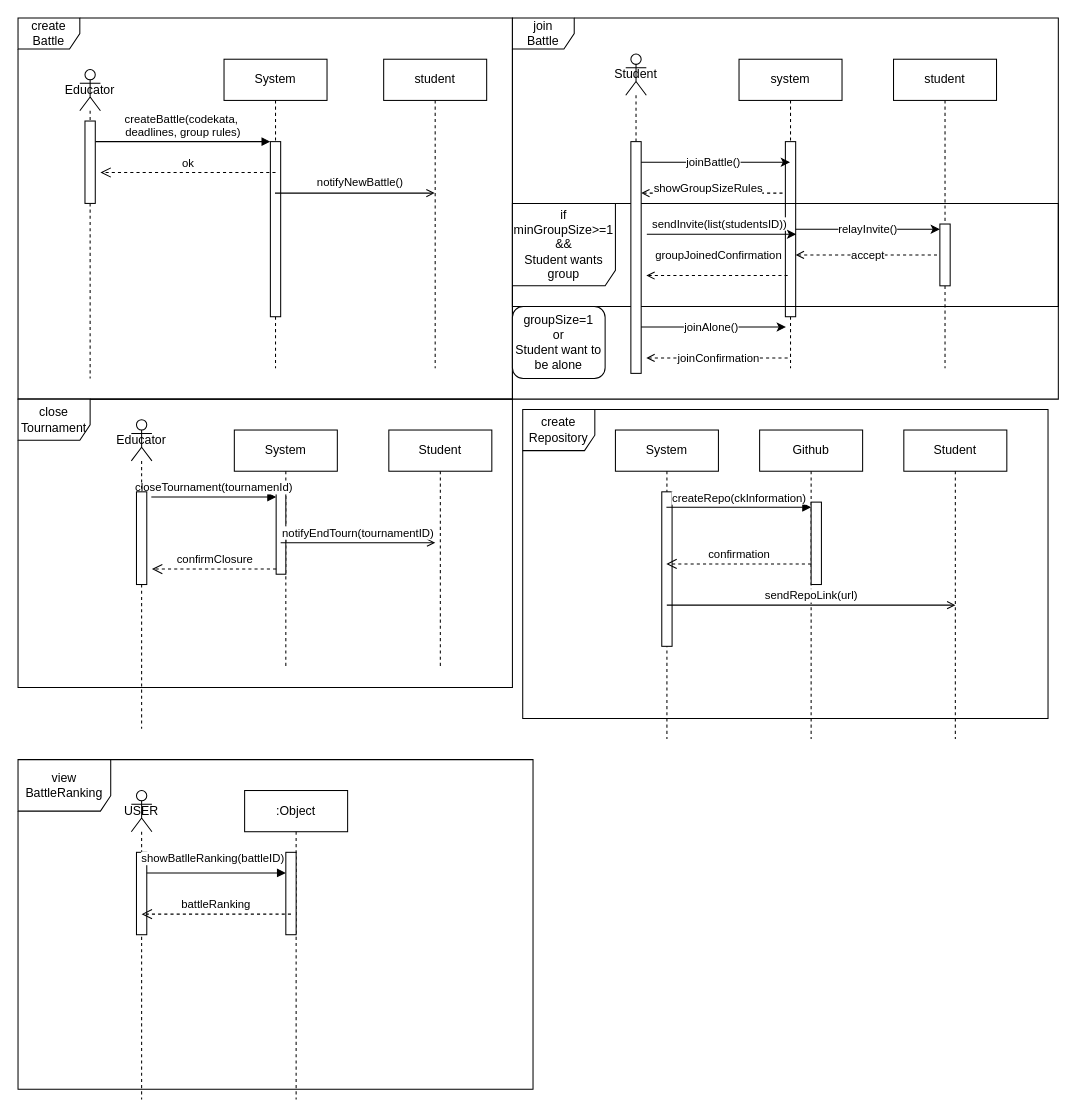
Earlier version of the draw.io diagram SequenceDiagrams/SequenceNico.drawio (FedericoValentino/SE2-ValentinoZarbo). Source tidied: cells renumbered, new cells numbered last; positions are measured from the earlier drawing's top-left corner, leaving out a move shared by most shapes. Both pictures are drawn from the tidied source at 103%, with x=0, y=0 at pixel (18, 18).
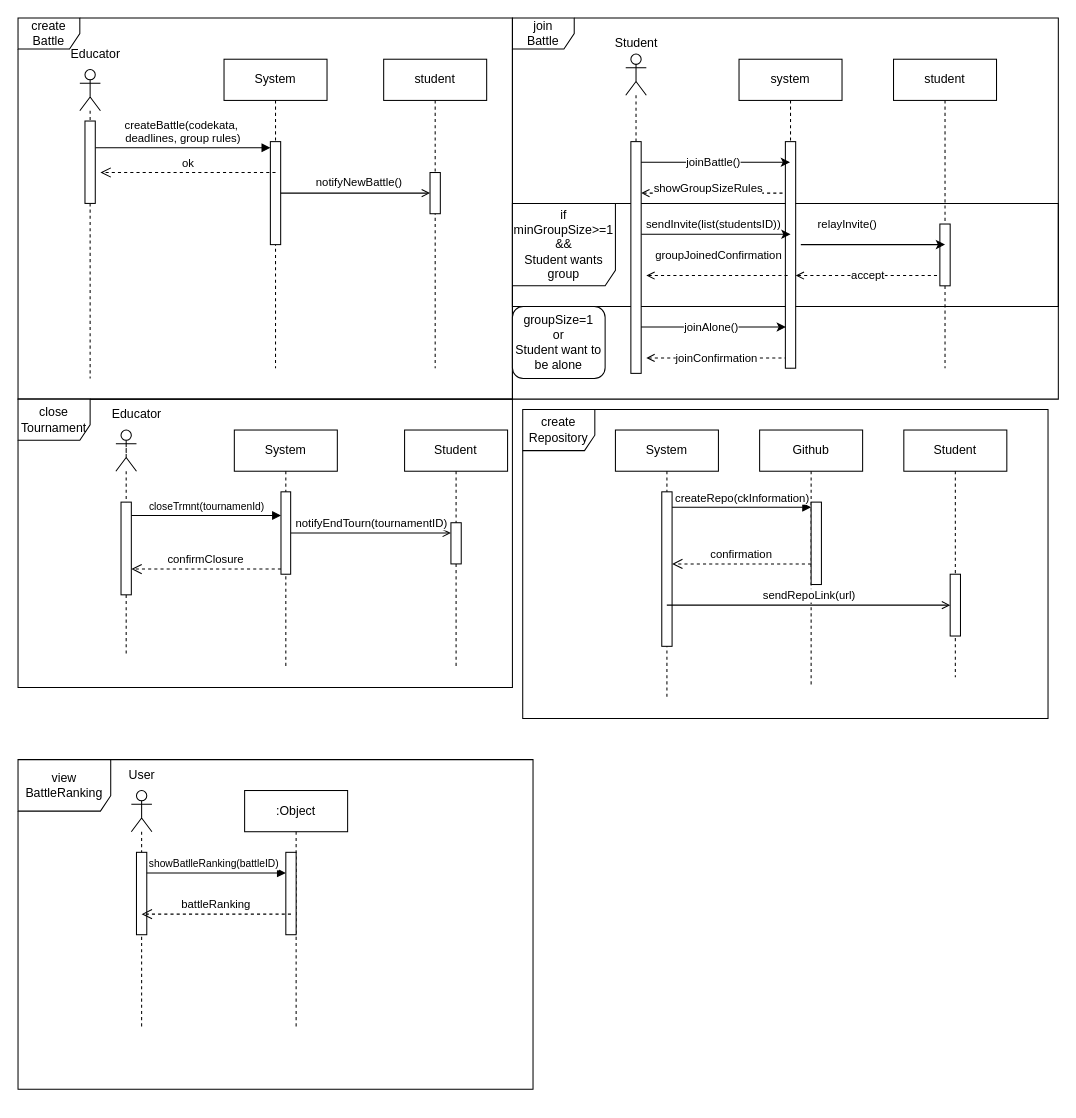
After the change.

Commit message (it also covers changes not shown here):
fixed seq diagrams a bit

Unchanged cells that the change refers to:
```xml
<mxCell id="2" value="System" style="shape=umlLifeline;perimeter=lifelinePerimeter;whiteSpace=wrap;html=1;outlineConnect=0;portConstraint=eastwest;newEdgeStyle={&quot;edgeStyle&quot;:&quot;elbowEdgeStyle&quot;,&quot;elbow&quot;:&quot;vertical&quot;,&quot;curved&quot;:0,&quot;rounded&quot;:0};" parent="1" vertex="1">
  <mxGeometry x="200" y="40" width="100" height="300" as="geometry" />
</mxCell>
<mxCell id="6" value="student" style="shape=umlLifeline;perimeter=lifelinePerimeter;whiteSpace=wrap;html=1;outlineConnect=0;portConstraint=eastwest;newEdgeStyle={&quot;curved&quot;:0,&quot;rounded&quot;:0};" parent="1" vertex="1">
  <mxGeometry x="355" y="40" width="100" height="300" as="geometry" />
</mxCell>
<mxCell id="9" value="system" style="shape=umlLifeline;perimeter=lifelinePerimeter;whiteSpace=wrap;html=1;newEdgeStyle={&quot;curved&quot;:0,&quot;rounded&quot;:0};" parent="1" vertex="1">
  <mxGeometry x="700" y="40" width="100" height="300" as="geometry" />
</mxCell>
<mxCell id="12" style="html=1;points=[];perimeter=orthogonalPerimeter;outlineConnect=0;targetShapes=umlLifeline;portConstraint=eastwest;newEdgeStyle={&quot;edgeStyle&quot;:&quot;elbowEdgeStyle&quot;,&quot;elbow&quot;:&quot;vertical&quot;,&quot;curved&quot;:0,&quot;rounded&quot;:0};" parent="11" vertex="1">
  <mxGeometry x="45" y="160" width="10" height="60" as="geometry" />
</mxCell>
<mxCell id="25" value="System" style="shape=umlLifeline;perimeter=lifelinePerimeter;whiteSpace=wrap;html=1;newEdgeStyle={&quot;curved&quot;:0,&quot;rounded&quot;:0};" parent="1" vertex="1">
  <mxGeometry x="210" y="400" width="100" height="230" as="geometry" />
</mxCell>
<mxCell id="33" style="html=1;points=[[0,0,0,0,5],[0,1,0,0,-5],[1,0,0,0,5],[1,1,0,0,-5]];perimeter=orthogonalPerimeter;outlineConnect=0;targetShapes=umlLifeline;portConstraint=eastwest;newEdgeStyle={&quot;curved&quot;:0,&quot;rounded&quot;:0};" parent="32" vertex="1">
  <mxGeometry x="45" y="60" width="10" height="150" as="geometry" />
</mxCell>
<mxCell id="35" style="html=1;points=[[0,0,0,0,5],[0,1,0,0,-5],[1,0,0,0,5],[1,1,0,0,-5]];perimeter=orthogonalPerimeter;outlineConnect=0;targetShapes=umlLifeline;portConstraint=eastwest;newEdgeStyle={&quot;curved&quot;:0,&quot;rounded&quot;:0};" parent="34" vertex="1">
  <mxGeometry x="50" y="70" width="10" height="80" as="geometry" />
</mxCell>
<mxCell id="40" style="html=1;points=[[0,0,0,0,5],[0,1,0,0,-5],[1,0,0,0,5],[1,1,0,0,-5]];perimeter=orthogonalPerimeter;outlineConnect=0;targetShapes=umlLifeline;portConstraint=eastwest;newEdgeStyle={&quot;curved&quot;:0,&quot;rounded&quot;:0};" parent="39" vertex="1">
  <mxGeometry x="5" y="85" width="10" height="225" as="geometry" />
</mxCell>
<mxCell id="42" style="html=1;points=[[0,0,0,0,5],[0,1,0,0,-5],[1,0,0,0,5],[1,1,0,0,-5]];perimeter=orthogonalPerimeter;outlineConnect=0;targetShapes=umlLifeline;portConstraint=eastwest;newEdgeStyle={&quot;curved&quot;:0,&quot;rounded&quot;:0};" parent="41" vertex="1">
  <mxGeometry x="5" y="70" width="10" height="90" as="geometry" />
</mxCell>
```

Change to the diagram source:
```diff
@@
+    <mxCell id="15" value="&lt;div&gt;join&lt;/div&gt;&lt;div&gt;Battle&lt;br&gt;&lt;/div&gt;" style="shape=umlFrame;whiteSpace=wrap;html=1;" parent="1" vertex="1">
+      <mxGeometry x="480" width="530" height="370" as="geometry" />
+    </mxCell>
+    <mxCell id="8" value="&lt;div&gt;create &lt;br&gt;&lt;/div&gt;&lt;div&gt;Battle&lt;br&gt;&lt;/div&gt;" style="shape=umlFrame;whiteSpace=wrap;html=1;" parent="1" vertex="1">
+      <mxGeometry width="480" height="370" as="geometry" />
+    </mxCell>
+    <mxCell id="16" value="&lt;div&gt;if minGroupSize&amp;gt;=1&lt;/div&gt;&lt;div&gt;&amp;amp;&amp;amp;&lt;/div&gt;&lt;div&gt;Student wants group&lt;br&gt;&lt;/div&gt;" style="shape=umlFrame;whiteSpace=wrap;html=1;width=100;height=80;" parent="1" vertex="1">
+      <mxGeometry x="480" y="180" width="530" height="100" as="geometry" />
+    </mxCell>
@@
     <mxCell id="3" style="html=1;points=[];perimeter=orthogonalPerimeter;outlineConnect=0;targetShapes=umlLifeline;portConstraint=eastwest;newEdgeStyle={&quot;edgeStyle&quot;:&quot;elbowEdgeStyle&quot;,&quot;elbow&quot;:&quot;vertical&quot;,&quot;curved&quot;:0,&quot;rounded&quot;:0};" parent="2" vertex="1">
-      <mxGeometry x="45" y="80" width="10" height="170" as="geometry" />
+      <mxGeometry x="45" y="80" width="10" height="100" as="geometry" />
     </mxCell>
-    <mxCell id="4" value="&lt;div&gt;createBattle(codekata,&amp;nbsp;&lt;/div&gt;&lt;div&gt;deadlines, group rules)&lt;/div&gt;" style="html=1;verticalAlign=bottom;endArrow=block;edgeStyle=elbowEdgeStyle;elbow=horizontal;curved=0;rounded=0;" parent="1" edge="1" target="3">
+    <mxCell id="4" value="&lt;div&gt;createBattle(codekata,&amp;nbsp;&lt;/div&gt;&lt;div&gt;deadlines, group rules)&lt;/div&gt;" style="html=1;verticalAlign=bottom;endArrow=block;edgeStyle=elbowEdgeStyle;elbow=horizontal;curved=0;rounded=0;" parent="1" edge="1">
       <mxGeometry relative="1" as="geometry">
-        <mxPoint x="75" y="120" as="sourcePoint" />
+        <mxPoint x="75" y="126" as="sourcePoint" />
+        <mxPoint x="245" y="126" as="targetPoint" />
         <Array as="points">
-          <mxPoint x="160" y="120" />
+          <mxPoint x="160" y="126" />
         </Array>
       </mxGeometry>
     </mxCell>
@@
-    <mxCell id="7" value="notifyNewBattle()" style="endArrow=open;html=1;rounded=0;endFill=0;" parent="1" edge="1" source="2" target="6">
+    <mxCell id="7" value="notifyNewBattle()" style="endArrow=open;html=1;rounded=0;endFill=0;" parent="1" edge="1" source="3" target="55">
       <mxGeometry x="0.04" y="10" relative="1" as="geometry">
         <Array as="points">
           <mxPoint x="290" y="170" />
         </Array>
         <mxPoint x="1" as="offset" />
       </mxGeometry>
     </mxCell>
-    <mxCell id="8" value="&lt;div&gt;create &lt;br&gt;&lt;/div&gt;&lt;div&gt;Battle&lt;br&gt;&lt;/div&gt;" style="shape=umlFrame;whiteSpace=wrap;html=1;" parent="1" vertex="1">
-      <mxGeometry width="480" height="370" as="geometry" />
-    </mxCell>
@@
     <mxCell id="10" style="html=1;points=[];perimeter=orthogonalPerimeter;outlineConnect=0;targetShapes=umlLifeline;portConstraint=eastwest;newEdgeStyle={&quot;edgeStyle&quot;:&quot;elbowEdgeStyle&quot;,&quot;elbow&quot;:&quot;vertical&quot;,&quot;curved&quot;:0,&quot;rounded&quot;:0};" parent="9" vertex="1">
-      <mxGeometry x="45" y="80" width="10" height="170" as="geometry" />
+      <mxGeometry x="45" y="80" width="10" height="220" as="geometry" />
     </mxCell>
@@
-    <mxCell id="15" value="&lt;div&gt;join&lt;/div&gt;&lt;div&gt;Battle&lt;br&gt;&lt;/div&gt;" style="shape=umlFrame;whiteSpace=wrap;html=1;" parent="1" vertex="1">
-      <mxGeometry x="480" width="530" height="370" as="geometry" />
-    </mxCell>
-    <mxCell id="16" value="&lt;div&gt;if minGroupSize&amp;gt;=1&lt;/div&gt;&lt;div&gt;&amp;amp;&amp;amp;&lt;/div&gt;&lt;div&gt;Student wants group&lt;br&gt;&lt;/div&gt;" style="shape=umlFrame;whiteSpace=wrap;html=1;width=100;height=80;" parent="1" vertex="1">
-      <mxGeometry x="480" y="180" width="530" height="100" as="geometry" />
-    </mxCell>
-    <mxCell id="17" value="sendInvite(list(studentsID))" style="endArrow=classic;html=1;rounded=0;" parent="1" edge="1">
-      <mxGeometry x="-0.03" y="10" relative="1" as="geometry">
-        <mxPoint x="610.5" y="210" as="sourcePoint" />
-        <mxPoint x="755.5" y="210" as="targetPoint" />
-      </mxGeometry>
+    <mxCell id="17" value="sendInvite(list(studentsID))" style="endArrow=classic;html=1;rounded=0;entryX=0.5;entryY=0.409;entryDx=0;entryDy=0;entryPerimeter=0;" parent="1" edge="1" source="40" target="10">
+      <mxGeometry x="-0.03" y="10" relative="1" as="geometry" />
     </mxCell>
-    <mxCell id="18" value="relayInvite()" style="endArrow=classic;html=1;rounded=0;" parent="1" edge="1" source="10" target="12">
-      <mxGeometry relative="1" as="geometry" />
+    <mxCell id="18" value="relayInvite()" style="endArrow=classic;html=1;rounded=0;" parent="1" edge="1">
+      <mxGeometry x="-0.36" y="20" relative="1" as="geometry">
+        <mxPoint x="760" y="220" as="sourcePoint" />
+        <mxPoint x="900" y="220" as="targetPoint" />
+        <Array as="points">
+          <mxPoint x="800" y="220" />
+        </Array>
+      </mxGeometry>
     </mxCell>
-    <mxCell id="19" value="accept" style="endArrow=none;dashed=1;html=1;rounded=0;startArrow=open;startFill=0;" parent="1" edge="1" source="10" target="12">
-      <mxGeometry relative="1" as="geometry">
-        <Array as="points">
-          <mxPoint x="820" y="230" />
-        </Array>
-      </mxGeometry>
-    </mxCell>
@@
-    <mxCell id="23" value="joinConfirmation" style="endArrow=none;dashed=1;html=1;rounded=0;startArrow=open;startFill=0;" parent="1" edge="1">
+    <mxCell id="23" value="joinConfirmation" style="endArrow=none;dashed=1;html=1;rounded=0;startArrow=open;startFill=0;" parent="1" edge="1" target="10">
       <mxGeometry relative="1" as="geometry">
         <mxPoint x="610" y="330" as="sourcePoint" />
-        <mxPoint x="749.5" y="330" as="targetPoint" />
       </mxGeometry>
     </mxCell>
@@
-    <mxCell id="26" style="html=1;points=[[0,0,0,0,5],[0,1,0,0,-5],[1,0,0,0,5],[1,1,0,0,-5]];perimeter=orthogonalPerimeter;outlineConnect=0;targetShapes=umlLifeline;portConstraint=eastwest;newEdgeStyle={&quot;curved&quot;:0,&quot;rounded&quot;:0};" parent="25" vertex="1">
-      <mxGeometry x="40.6" y="60" width="9.4" height="80" as="geometry" />
-    </mxCell>
     <mxCell id="27" value="Student" style="shape=umlLifeline;perimeter=lifelinePerimeter;whiteSpace=wrap;html=1;newEdgeStyle={&quot;curved&quot;:0,&quot;rounded&quot;:0};" parent="1" vertex="1">
-      <mxGeometry x="360" y="400" width="100" height="230" as="geometry" />
+      <mxGeometry x="375.3" y="400" width="100" height="230" as="geometry" />
     </mxCell>
-    <mxCell id="28" value="closeTournament(tournamenId)" style="html=1;verticalAlign=bottom;endArrow=block;curved=0;rounded=0;entryX=0;entryY=0;entryDx=0;entryDy=5;" parent="1" edge="1" target="26">
+    <mxCell id="28" value="&lt;font style=&quot;font-size: 10px;&quot;&gt;closeTrmnt(tournamenId)&lt;/font&gt;" style="html=1;verticalAlign=bottom;endArrow=block;curved=0;rounded=0;" parent="1" edge="1" source="42">
       <mxGeometry relative="1" as="geometry">
-        <mxPoint x="129.4" y="465" as="sourcePoint" />
+        <mxPoint x="255.3" y="483" as="targetPoint" />
       </mxGeometry>
     </mxCell>
-    <mxCell id="29" value="confirmClosure" style="html=1;verticalAlign=bottom;endArrow=open;dashed=1;endSize=8;curved=0;rounded=0;exitX=0;exitY=1;exitDx=0;exitDy=-5;" parent="1" edge="1" source="26">
-      <mxGeometry relative="1" as="geometry">
-        <mxPoint x="130" y="535" as="targetPoint" />
-      </mxGeometry>
+    <mxCell id="29" value="confirmClosure" style="html=1;verticalAlign=bottom;endArrow=open;dashed=1;endSize=8;curved=0;rounded=0;exitX=0;exitY=1;exitDx=0;exitDy=-5;" parent="1" edge="1" source="26" target="42">
+      <mxGeometry relative="1" as="geometry" />
     </mxCell>
-    <mxCell id="30" value="notifyEndTourn(tournamentID)" style="html=1;verticalAlign=bottom;startArrow=none;startFill=0;endArrow=open;startSize=8;curved=0;rounded=0;endFill=0;" parent="1" edge="1">
+    <mxCell id="30" value="notifyEndTourn(tournamentID)" style="html=1;verticalAlign=bottom;startArrow=none;startFill=0;endArrow=open;startSize=8;curved=0;rounded=0;endFill=0;" parent="1" edge="1" source="26">
       <mxGeometry relative="1" as="geometry">
-        <mxPoint x="255" y="509.4" as="sourcePoint" />
-        <mxPoint x="405.1" y="509.4" as="targetPoint" />
+        <mxPoint x="420.3" y="500" as="targetPoint" />
       </mxGeometry>
     </mxCell>
@@
     <mxCell id="32" value="System" style="shape=umlLifeline;perimeter=lifelinePerimeter;whiteSpace=wrap;html=1;outlineConnect=0;portConstraint=eastwest;newEdgeStyle={&quot;curved&quot;:0,&quot;rounded&quot;:0};" parent="1" vertex="1">
-      <mxGeometry x="580" y="400" width="100" height="300" as="geometry" />
+      <mxGeometry x="580" y="400" width="100" height="260" as="geometry" />
     </mxCell>
@@
     <mxCell id="34" value="Github" style="shape=umlLifeline;perimeter=lifelinePerimeter;whiteSpace=wrap;html=1;newEdgeStyle={&quot;curved&quot;:0,&quot;rounded&quot;:0};" parent="1" vertex="1">
-      <mxGeometry x="720" y="400" width="100" height="300" as="geometry" />
+      <mxGeometry x="720" y="400" width="100" height="250" as="geometry" />
     </mxCell>
@@
     <mxCell id="36" value="Student" style="shape=umlLifeline;perimeter=lifelinePerimeter;whiteSpace=wrap;html=1;newEdgeStyle={&quot;curved&quot;:0,&quot;rounded&quot;:0};" parent="1" vertex="1">
-      <mxGeometry x="860" y="400" width="100" height="300" as="geometry" />
+      <mxGeometry x="860" y="400" width="100" height="240" as="geometry" />
     </mxCell>
-    <mxCell id="37" value="Educator" style="shape=umlLifeline;perimeter=lifelinePerimeter;whiteSpace=wrap;html=1;newEdgeStyle={&quot;curved&quot;:0,&quot;rounded&quot;:0};participant=umlActor;" parent="1" vertex="1">
+    <mxCell id="37" style="shape=umlLifeline;perimeter=lifelinePerimeter;whiteSpace=wrap;html=1;newEdgeStyle={&quot;curved&quot;:0,&quot;rounded&quot;:0};participant=umlActor;" parent="1" vertex="1">
       <mxGeometry x="60" y="50" width="20" height="300" as="geometry" />
     </mxCell>
@@
-    <mxCell id="39" value="Student" style="shape=umlLifeline;perimeter=lifelinePerimeter;whiteSpace=wrap;html=1;newEdgeStyle={&quot;curved&quot;:0,&quot;rounded&quot;:0};participant=umlActor;shadow=0;labelBackgroundColor=none;labelBorderColor=none;" parent="1" vertex="1">
+    <mxCell id="39" style="shape=umlLifeline;perimeter=lifelinePerimeter;whiteSpace=wrap;html=1;newEdgeStyle={&quot;curved&quot;:0,&quot;rounded&quot;:0};participant=umlActor;shadow=0;labelBackgroundColor=none;labelBorderColor=none;" parent="1" vertex="1">
       <mxGeometry x="590" y="35" width="20" height="310" as="geometry" />
     </mxCell>
@@
-    <mxCell id="41" value="Educator" style="shape=umlLifeline;perimeter=lifelinePerimeter;whiteSpace=wrap;html=1;newEdgeStyle={&quot;curved&quot;:0,&quot;rounded&quot;:0};participant=umlActor;" parent="1" vertex="1">
-      <mxGeometry x="110" y="390" width="20" height="300" as="geometry" />
+    <mxCell id="41" value="Educator" style="shape=umlLifeline;perimeter=lifelinePerimeter;whiteSpace=wrap;html=1;newEdgeStyle={&quot;curved&quot;:0,&quot;rounded&quot;:0};participant=umlActor;fontColor=#FFFFFF;" parent="1" vertex="1">
+      <mxGeometry x="95" y="400" width="20" height="220" as="geometry" />
     </mxCell>
@@
-    <mxCell id="43" value="createRepo(ckInformation)" style="html=1;verticalAlign=bottom;endArrow=block;curved=0;rounded=0;entryX=0;entryY=0;entryDx=0;entryDy=5;" parent="1" edge="1" source="32" target="35">
+    <mxCell id="43" value="createRepo(ckInformation)" style="html=1;verticalAlign=bottom;endArrow=block;curved=0;rounded=0;entryX=0;entryY=0;entryDx=0;entryDy=5;" parent="1" edge="1" source="33" target="35">
       <mxGeometry relative="1" as="geometry" />
     </mxCell>
-    <mxCell id="44" value="confirmation" style="html=1;verticalAlign=bottom;endArrow=open;dashed=1;endSize=8;curved=0;rounded=0;exitX=0;exitY=1;exitDx=0;exitDy=-5;" parent="1" edge="1">
+    <mxCell id="44" value="confirmation" style="html=1;verticalAlign=bottom;endArrow=open;dashed=1;endSize=8;curved=0;rounded=0;exitX=0;exitY=1;exitDx=0;exitDy=-5;" parent="1" edge="1" target="33">
       <mxGeometry relative="1" as="geometry">
         <mxPoint x="770" y="530" as="sourcePoint" />
-        <mxPoint x="629.4" y="530" as="targetPoint" />
       </mxGeometry>
     </mxCell>
-    <mxCell id="45" value="sendRepoLink(url)" style="html=1;verticalAlign=bottom;endArrow=open;curved=0;rounded=0;endFill=0;" parent="1" edge="1">
-      <mxGeometry relative="1" as="geometry">
-        <mxPoint x="629.9" y="570" as="sourcePoint" />
-        <mxPoint x="910.1" y="570" as="targetPoint" />
-      </mxGeometry>
-    </mxCell>
@@
-    <mxCell id="47" value="USER" style="shape=umlLifeline;perimeter=lifelinePerimeter;whiteSpace=wrap;html=1;newEdgeStyle={&quot;curved&quot;:0,&quot;rounded&quot;:0};participant=umlActor;" parent="1" vertex="1">
-      <mxGeometry x="110" y="750" width="20" height="300" as="geometry" />
+    <mxCell id="47" style="shape=umlLifeline;perimeter=lifelinePerimeter;whiteSpace=wrap;html=1;newEdgeStyle={&quot;curved&quot;:0,&quot;rounded&quot;:0};participant=umlActor;size=40;" parent="1" vertex="1">
+      <mxGeometry x="110" y="750" width="20" height="230" as="geometry" />
     </mxCell>
@@
+    <mxCell id="53" style="html=1;points=[[0,0,0,0,5],[0,1,0,0,-5],[1,0,0,0,5],[1,1,0,0,-5]];perimeter=orthogonalPerimeter;outlineConnect=0;targetShapes=umlLifeline;portConstraint=eastwest;newEdgeStyle={&quot;curved&quot;:0,&quot;rounded&quot;:0};" parent="1" vertex="1">
+      <mxGeometry x="905" y="540" width="10" height="60" as="geometry" />
+    </mxCell>
     <mxCell id="49" value=":Object" style="shape=umlLifeline;perimeter=lifelinePerimeter;whiteSpace=wrap;html=1;newEdgeStyle={&quot;curved&quot;:0,&quot;rounded&quot;:0};" parent="1" vertex="1">
-      <mxGeometry x="220" y="750" width="100" height="300" as="geometry" />
+      <mxGeometry x="220" y="750" width="100" height="230" as="geometry" />
     </mxCell>
@@
-    <mxCell id="51" value="showBatlleRanking(battleID)" style="html=1;verticalAlign=bottom;endArrow=block;curved=0;rounded=0;entryX=0;entryY=0;entryDx=0;entryDy=5;exitX=1;exitY=0;exitDx=0;exitDy=5;exitPerimeter=0;" parent="1" edge="1">
-      <mxGeometry x="-0.04" y="5" relative="1" as="geometry">
+    <mxCell id="51" value="showBatlleRanking(battleID)" style="html=1;verticalAlign=bottom;endArrow=block;curved=0;rounded=0;entryX=0;entryY=0;entryDx=0;entryDy=5;exitX=1;exitY=0;exitDx=0;exitDy=5;exitPerimeter=0;fontSize=10;" parent="1" edge="1">
+      <mxGeometry x="-0.04" relative="1" as="geometry">
         <mxPoint x="125" y="830" as="sourcePoint" />
         <mxPoint x="260" y="830" as="targetPoint" />
-        <mxPoint x="-1" as="offset" />
       </mxGeometry>
     </mxCell>
@@
+    <mxCell id="19" value="accept" style="endArrow=none;dashed=1;html=1;rounded=0;startArrow=open;startFill=0;" parent="1" edge="1" source="10" target="12">
+      <mxGeometry relative="1" as="geometry">
+        <Array as="points">
+          <mxPoint x="880" y="250" />
+        </Array>
+      </mxGeometry>
+    </mxCell>
+    <mxCell id="45" value="sendRepoLink(url)" style="html=1;verticalAlign=bottom;endArrow=open;curved=0;rounded=0;endFill=0;" parent="1" edge="1" target="53">
+      <mxGeometry relative="1" as="geometry">
+        <mxPoint x="629.9" y="570" as="sourcePoint" />
+      </mxGeometry>
+    </mxCell>
+    <mxCell id="54" style="html=1;perimeter=orthogonalPerimeter;targetShapes=umlLifeline;newEdgeStyle={&quot;curved&quot;:0,&quot;rounded&quot;:0};" parent="1" vertex="1">
+      <mxGeometry x="420.3" y="490" width="10" height="40" as="geometry" />
+    </mxCell>
+    <mxCell id="55" style="html=1;points=[[0,0,0,0,5],[0,1,0,0,-5],[1,0,0,0,5],[1,1,0,0,-5]];perimeter=orthogonalPerimeter;outlineConnect=0;targetShapes=umlLifeline;portConstraint=eastwest;newEdgeStyle={&quot;curved&quot;:0,&quot;rounded&quot;:0};" parent="1" vertex="1">
+      <mxGeometry x="400" y="150" width="10" height="40" as="geometry" />
+    </mxCell>
+    <mxCell id="56" value="Educator&lt;br&gt;" style="text;html=1;align=center;verticalAlign=middle;strokeColor=none;fillColor=none;" parent="1" vertex="1">
+      <mxGeometry x="80" y="370" width="70" height="30" as="geometry" />
+    </mxCell>
+    <mxCell id="57" value="Educator&lt;br&gt;" style="text;html=1;align=center;verticalAlign=middle;strokeColor=none;fillColor=none;" parent="1" vertex="1">
+      <mxGeometry x="40" y="20" width="70" height="30" as="geometry" />
+    </mxCell>
+    <mxCell id="58" value="Student" style="text;html=1;align=center;verticalAlign=middle;strokeColor=none;fillColor=none;" parent="1" vertex="1">
+      <mxGeometry x="565" y="10" width="70" height="30" as="geometry" />
+    </mxCell>
+    <mxCell id="59" value="User" style="text;html=1;align=center;verticalAlign=middle;strokeColor=none;fillColor=none;" parent="1" vertex="1">
+      <mxGeometry x="95" y="720" width="50" height="30" as="geometry" />
+    </mxCell>
+    <mxCell id="60" style="html=1;verticalAlign=bottom;startArrow=none;startFill=0;endArrow=none;startSize=8;curved=0;rounded=0;endFill=0;" parent="1" edge="1" target="26">
+      <mxGeometry relative="1" as="geometry">
+        <mxPoint x="260" y="509.7" as="sourcePoint" />
+      </mxGeometry>
+    </mxCell>
+    <mxCell id="26" style="html=1;points=[[0,0,0,0,5],[0,1,0,0,-5],[1,0,0,0,5],[1,1,0,0,-5]];perimeter=orthogonalPerimeter;outlineConnect=0;targetShapes=umlLifeline;portConstraint=eastwest;newEdgeStyle={&quot;curved&quot;:0,&quot;rounded&quot;:0};" parent="1" vertex="1">
+      <mxGeometry x="255.3" y="460" width="9.4" height="80" as="geometry" />
+    </mxCell>
```
